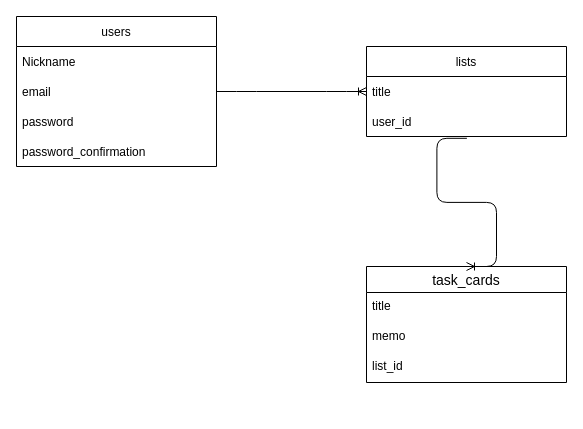
This is page "ER図" (1 of 2) of test.dio from Gussan0829/TaskApp, a draw.io file, before an edit. Source tidied: cells renumbered, new cells numbered last; positions are measured from the earlier drawing's top-left corner, leaving out a move shared by most shapes. Both pictures are drawn from the tidied source at 100%, with x=0, y=0 at pixel (16, 16).
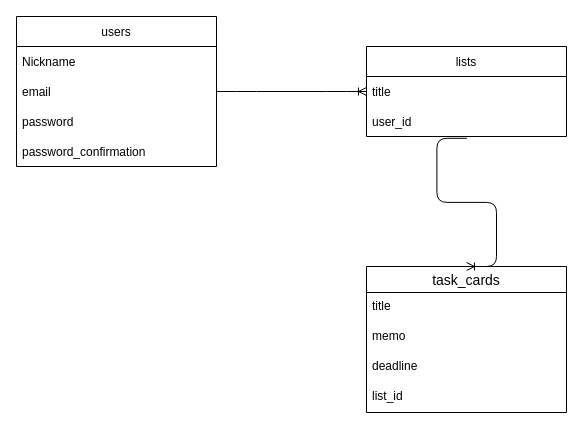
Above is the later version.

Change to the diagram source:
```diff
@@
 <mxGraphModel>
   <root>
     <mxCell id="0" />
     <mxCell id="1" parent="0" />
     <mxCell id="2" value="users" style="swimlane;fontStyle=0;horizontal=1;startSize=30;" parent="1" vertex="1">
       <mxGeometry width="200" height="150" as="geometry" />
     </mxCell>
     <mxCell id="3" value="Nickname" style="text;strokeColor=none;fillColor=none;align=left;verticalAlign=middle;spacingLeft=4;spacingRight=4;overflow=hidden;" parent="2" vertex="1">
       <mxGeometry y="30" width="200" height="30" as="geometry" />
     </mxCell>
     <mxCell id="4" value="email" style="text;strokeColor=none;fillColor=none;align=left;verticalAlign=middle;spacingLeft=4;spacingRight=4;overflow=hidden;points=[[0,0.5],[1,0.5]];portConstraint=eastwest;" parent="2" vertex="1">
       <mxGeometry y="60" width="200" height="30" as="geometry" />
     </mxCell>
     <mxCell id="5" value="password" style="text;strokeColor=none;fillColor=none;align=left;verticalAlign=middle;spacingLeft=4;spacingRight=4;overflow=hidden;" parent="2" vertex="1">
       <mxGeometry y="90" width="200" height="30" as="geometry" />
     </mxCell>
     <mxCell id="6" value="password_confirmation" style="text;strokeColor=none;fillColor=none;align=left;verticalAlign=middle;spacingLeft=4;spacingRight=4;overflow=hidden;" parent="2" vertex="1">
       <mxGeometry y="120" width="200" height="30" as="geometry" />
     </mxCell>
     <mxCell id="7" value="lists" style="swimlane;fontStyle=0;horizontal=1;startSize=30;" parent="1" vertex="1">
       <mxGeometry x="350" y="30" width="200" height="90" as="geometry" />
     </mxCell>
     <mxCell id="8" value="title" style="text;strokeColor=none;fillColor=none;align=left;verticalAlign=middle;spacingLeft=4;spacingRight=4;overflow=hidden;points=[[0,0.5],[1,0.5]];portConstraint=eastwest;" parent="7" vertex="1">
       <mxGeometry y="30" width="200" height="30" as="geometry" />
     </mxCell>
     <mxCell id="9" value="user_id" style="text;strokeColor=none;fillColor=none;align=left;verticalAlign=middle;spacingLeft=4;spacingRight=4;overflow=hidden;points=[[0,0.5],[1,0.5]];portConstraint=eastwest;" parent="7" vertex="1">
       <mxGeometry y="60" width="200" height="30" as="geometry" />
     </mxCell>
     <mxCell id="10" value="task_cards" style="swimlane;fontStyle=0;horizontal=1;startSize=26;align=center;fontSize=14;" parent="1" vertex="1">
-      <mxGeometry x="350" y="250" width="200" height="116" as="geometry" />
+      <mxGeometry x="350" y="250" width="200" height="146" as="geometry" />
     </mxCell>
     <mxCell id="11" value="title" style="text;strokeColor=none;fillColor=none;spacingLeft=4;spacingRight=4;overflow=hidden;fontSize=12;" parent="10" vertex="1">
       <mxGeometry y="26" width="200" height="30" as="geometry" />
     </mxCell>
+    <mxCell id="16" value="memo" style="text;strokeColor=none;fillColor=none;spacingLeft=4;spacingRight=4;overflow=hidden;fontSize=12;" parent="10" vertex="1">
+      <mxGeometry y="56" width="200" height="30" as="geometry" />
+    </mxCell>
-    <mxCell id="12" value="memo" style="text;strokeColor=none;fillColor=none;spacingLeft=4;spacingRight=4;overflow=hidden;fontSize=12;" parent="10" vertex="1">
-      <mxGeometry y="56" width="200" height="30" as="geometry" />
+    <mxCell id="12" value="deadline" style="text;strokeColor=none;fillColor=none;spacingLeft=4;spacingRight=4;overflow=hidden;fontSize=12;" parent="10" vertex="1">
+      <mxGeometry y="86" width="200" height="30" as="geometry" />
     </mxCell>
     <mxCell id="13" value="list_id" style="text;strokeColor=none;fillColor=none;spacingLeft=4;spacingRight=4;overflow=hidden;fontSize=12;" parent="10" vertex="1">
-      <mxGeometry y="86" width="200" height="30" as="geometry" />
+      <mxGeometry y="116" width="200" height="30" as="geometry" />
     </mxCell>
     <mxCell id="14" style="edgeStyle=entityRelationEdgeStyle;fontSize=12;html=1;endArrow=ERoneToMany;exitX=1;exitY=0.5;exitDx=0;exitDy=0;entryX=0;entryY=0.5;entryDx=0;entryDy=0;" parent="1" edge="1" source="4" target="8">
       <mxGeometry relative="1" as="geometry" />
     </mxCell>
     <mxCell id="15" style="edgeStyle=entityRelationEdgeStyle;fontSize=12;html=1;endArrow=ERoneToMany;exitX=0.502;exitY=1.06;exitDx=0;exitDy=0;entryX=0.5;entryY=0;entryDx=0;entryDy=0;exitPerimeter=0;" parent="1" edge="1" source="9" target="10">
       <mxGeometry relative="1" as="geometry" />
     </mxCell>
   </root>
 </mxGraphModel>
```
